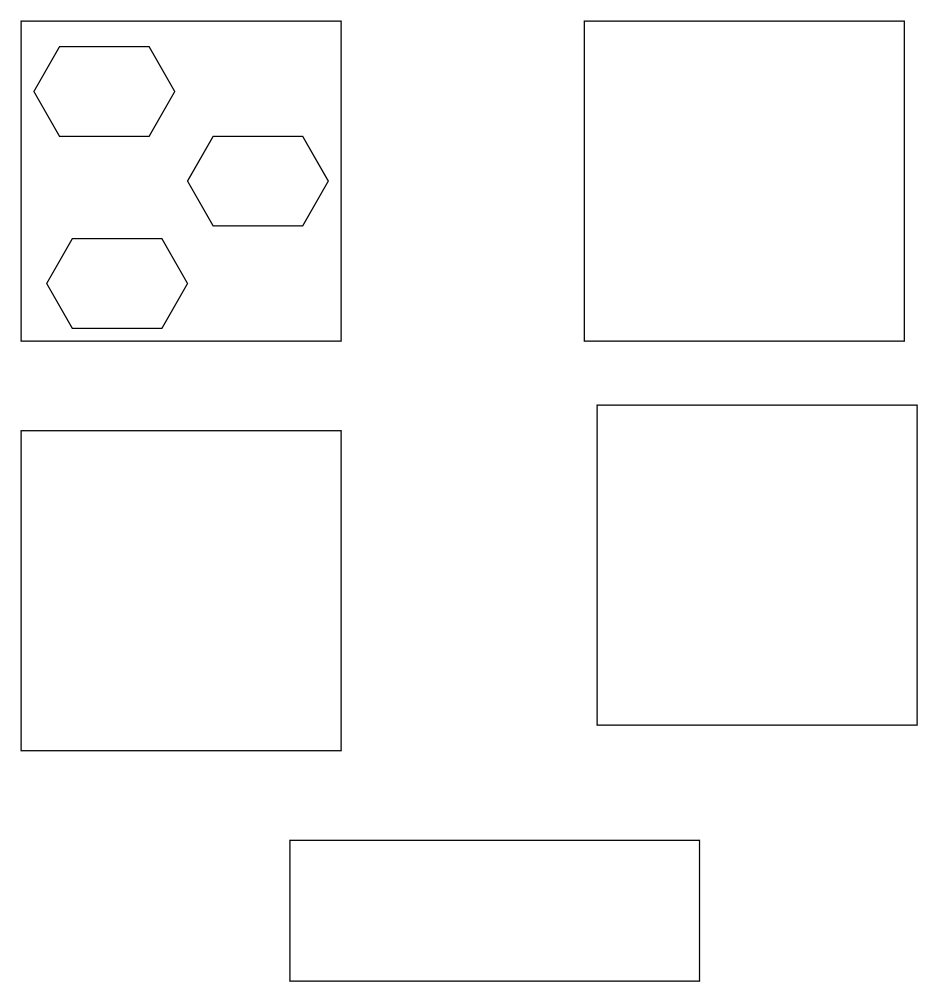
The draw.io diagram Microservices.drawio in atheeswaran/Dissertation_VehicleAPIPlatform, before the edit. Source tidied: cells renumbered, new cells numbered last; positions are measured from the earlier drawing's top-left corner, leaving out a move shared by most shapes. Both pictures are drawn from the tidied source at 128%, with x=0, y=0 at pixel (20, 20).
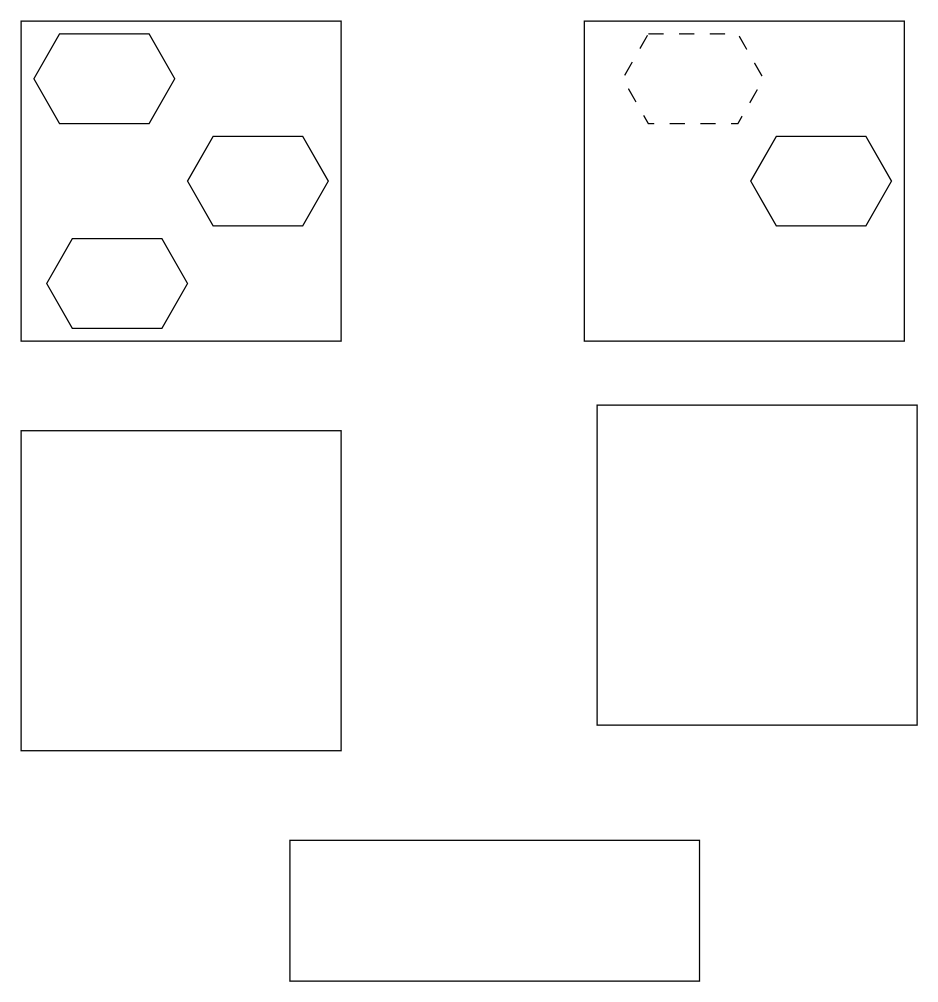
Above is the later version.

Change to the diagram source:
```diff
@@
 <mxGraphModel>
   <root>
     <mxCell id="0" />
     <mxCell id="1" parent="0" />
     <mxCell id="2" style="whiteSpace=wrap;html=1;" parent="1" vertex="1">
       <mxGeometry width="250" height="250" as="geometry" />
     </mxCell>
     <mxCell id="3" style="whiteSpace=wrap;html=1;" parent="1" vertex="1">
       <mxGeometry x="440" width="250" height="250" as="geometry" />
     </mxCell>
     <mxCell id="4" style="whiteSpace=wrap;html=1;" parent="1" vertex="1">
       <mxGeometry x="450" y="300" width="250" height="250" as="geometry" />
     </mxCell>
     <mxCell id="5" style="whiteSpace=wrap;html=1;" parent="1" vertex="1">
       <mxGeometry y="320" width="250" height="250" as="geometry" />
     </mxCell>
     <mxCell id="6" style="rounded=0;whiteSpace=wrap;html=1;" parent="1" vertex="1">
       <mxGeometry x="210" y="640" width="320" height="110" as="geometry" />
     </mxCell>
     <mxCell id="7" style="shape=hexagon;perimeter=hexagonPerimeter2;whiteSpace=wrap;html=1;fixedSize=1;" parent="1" vertex="1">
-      <mxGeometry x="10" y="20" width="110" height="70" as="geometry" />
+      <mxGeometry x="10" y="10" width="110" height="70" as="geometry" />
     </mxCell>
     <mxCell id="8" style="shape=hexagon;perimeter=hexagonPerimeter2;whiteSpace=wrap;html=1;fixedSize=1;" parent="1" vertex="1">
       <mxGeometry x="130" y="90" width="110" height="70" as="geometry" />
     </mxCell>
     <mxCell id="9" style="shape=hexagon;perimeter=hexagonPerimeter2;whiteSpace=wrap;html=1;fixedSize=1;" parent="1" vertex="1">
       <mxGeometry x="20" y="170" width="110" height="70" as="geometry" />
     </mxCell>
+    <mxCell id="10" style="shape=hexagon;perimeter=hexagonPerimeter2;whiteSpace=wrap;html=1;fixedSize=1;" parent="1" vertex="1">
+      <mxGeometry x="570" y="90" width="110" height="70" as="geometry" />
+    </mxCell>
+    <mxCell id="11" style="shape=hexagon;perimeter=hexagonPerimeter2;whiteSpace=wrap;html=1;fixedSize=1;dashed=1;dashPattern=12 12;" parent="1" vertex="1">
+      <mxGeometry x="470" y="10" width="110" height="70" as="geometry" />
+    </mxCell>
   </root>
 </mxGraphModel>
```
